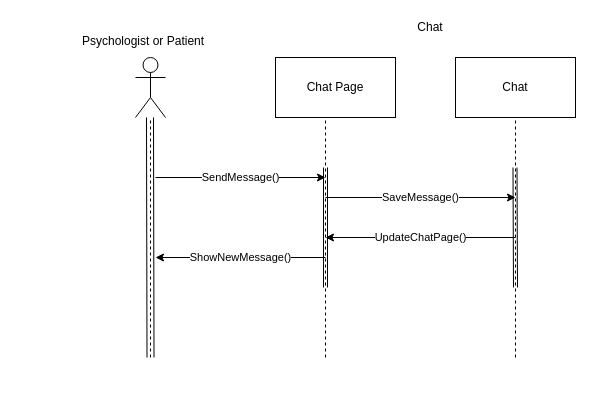
The draw.io diagram functional/ChatSD.drawio in mohammadamir98/Sama_sw1, before the edit. Source tidied: cells renumbered, new cells numbered last; positions are measured from the earlier drawing's top-left corner, leaving out a move shared by most shapes. Both pictures are drawn from the tidied source at 100%, with x=0, y=0 at pixel (80, 17).
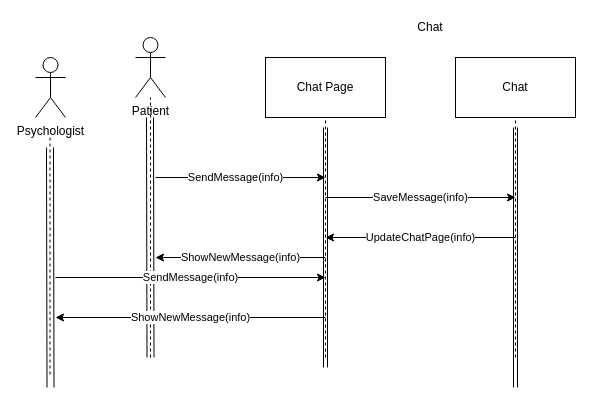
The same diagram, later.

What changed in the source:
```diff
@@
     <mxCell id="2" style="shape=umlActor;verticalLabelPosition=bottom;labelBackgroundColor=#ffffff;verticalAlign=top;html=1;outlineConnect=0;" parent="1" vertex="1">
-      <mxGeometry x="55" y="40" width="30" height="60" as="geometry" />
+      <mxGeometry x="55" y="20" width="30" height="60" as="geometry" />
     </mxCell>
@@
     <mxCell id="4" value="Chat Page" style="rounded=0;whiteSpace=wrap;html=1;" parent="1" vertex="1">
-      <mxGeometry x="195" y="40" width="120" height="60" as="geometry" />
+      <mxGeometry x="185" y="40" width="120" height="60" as="geometry" />
     </mxCell>
@@
     <mxCell id="8" style="shape=link;html=1;" parent="1" edge="1">
       <mxGeometry relative="1" as="geometry">
-        <mxPoint x="245" y="270" as="sourcePoint" />
-        <mxPoint x="245" y="150" as="targetPoint" />
+        <mxPoint x="245" y="350" as="sourcePoint" />
+        <mxPoint x="245" y="110" as="targetPoint" />
       </mxGeometry>
     </mxCell>
@@
     <mxCell id="11" style="shape=link;html=1;" parent="1" edge="1">
       <mxGeometry relative="1" as="geometry">
-        <mxPoint x="435" y="270" as="sourcePoint" />
-        <mxPoint x="434.5" y="150" as="targetPoint" />
+        <mxPoint x="435" y="370" as="sourcePoint" />
+        <mxPoint x="435" y="110" as="targetPoint" />
       </mxGeometry>
     </mxCell>
-    <mxCell id="12" value="SaveMessage()" style="endArrow=classic;html=1;" parent="1" edge="1">
+    <mxCell id="12" value="SaveMessage(info)" style="endArrow=classic;html=1;" parent="1" edge="1">
       <mxGeometry relative="1" as="geometry">
         <mxPoint x="245" y="180" as="sourcePoint" />
         <mxPoint x="435" y="180" as="targetPoint" />
       </mxGeometry>
     </mxCell>
-    <mxCell id="13" value="UpdateChatPage()" style="endArrow=classic;html=1;" parent="1" edge="1">
+    <mxCell id="13" value="UpdateChatPage(info)" style="endArrow=classic;html=1;" parent="1" edge="1">
       <mxGeometry relative="1" as="geometry">
         <mxPoint x="435" y="220" as="sourcePoint" />
         <mxPoint x="245" y="220" as="targetPoint" />
       </mxGeometry>
     </mxCell>
-    <mxCell id="14" value="Psychologist or Patient" style="text;html=1;" parent="1" vertex="1">
-      <mxGeometry y="10" width="140" height="30" as="geometry" />
+    <mxCell id="14" value="Patient" style="text;html=1;align=center;" parent="1" vertex="1">
+      <mxGeometry y="80" width="140" height="30" as="geometry" />
     </mxCell>
-    <mxCell id="15" value="SendMessage()" style="endArrow=classic;html=1;" parent="1" edge="1">
-      <mxGeometry relative="1" as="geometry">
+    <mxCell id="15" value="SendMessage(info)" style="endArrow=classic;html=1;" parent="1" edge="1">
+      <mxGeometry x="-0.06" relative="1" as="geometry">
         <mxPoint x="75" y="160" as="sourcePoint" />
         <mxPoint x="245" y="160" as="targetPoint" />
       </mxGeometry>
     </mxCell>
-    <mxCell id="16" value="ShowNewMessage()" style="endArrow=classic;html=1;" parent="1" edge="1">
+    <mxCell id="16" value="ShowNewMessage(info)" style="endArrow=classic;html=1;" parent="1" edge="1">
       <mxGeometry relative="1" as="geometry">
         <mxPoint x="245" y="240" as="sourcePoint" />
         <mxPoint x="75" y="240" as="targetPoint" />
       </mxGeometry>
     </mxCell>
+    <mxCell id="17" value="Psychologist&lt;br&gt;&lt;br&gt;" style="shape=umlActor;verticalLabelPosition=bottom;labelBackgroundColor=#ffffff;verticalAlign=top;html=1;" parent="1" vertex="1">
+      <mxGeometry x="-45" y="40" width="30" height="60" as="geometry" />
+    </mxCell>
+    <mxCell id="18" style="shape=link;html=1;width=7;" parent="1" edge="1">
+      <mxGeometry relative="1" as="geometry">
+        <mxPoint x="-30" y="370" as="sourcePoint" />
+        <mxPoint x="-30.5" y="130" as="targetPoint" />
+      </mxGeometry>
+    </mxCell>
+    <mxCell id="19" style="endArrow=none;dashed=1;html=1;" parent="1" edge="1">
+      <mxGeometry relative="1" as="geometry">
+        <mxPoint x="-30.5" y="357" as="sourcePoint" />
+        <mxPoint x="-30.5" y="120" as="targetPoint" />
+      </mxGeometry>
+    </mxCell>
+    <mxCell id="20" value="SendMessage(info)" style="endArrow=classic;html=1;" parent="1" edge="1">
+      <mxGeometry relative="1" as="geometry">
+        <mxPoint x="-25" y="260" as="sourcePoint" />
+        <mxPoint x="245" y="260" as="targetPoint" />
+      </mxGeometry>
+    </mxCell>
+    <mxCell id="21" value="ShowNewMessage(info)&lt;br&gt;" style="endArrow=classic;html=1;" parent="1" edge="1">
+      <mxGeometry relative="1" as="geometry">
+        <mxPoint x="245" y="300" as="sourcePoint" />
+        <mxPoint x="-25" y="300" as="targetPoint" />
+      </mxGeometry>
+    </mxCell>
```
